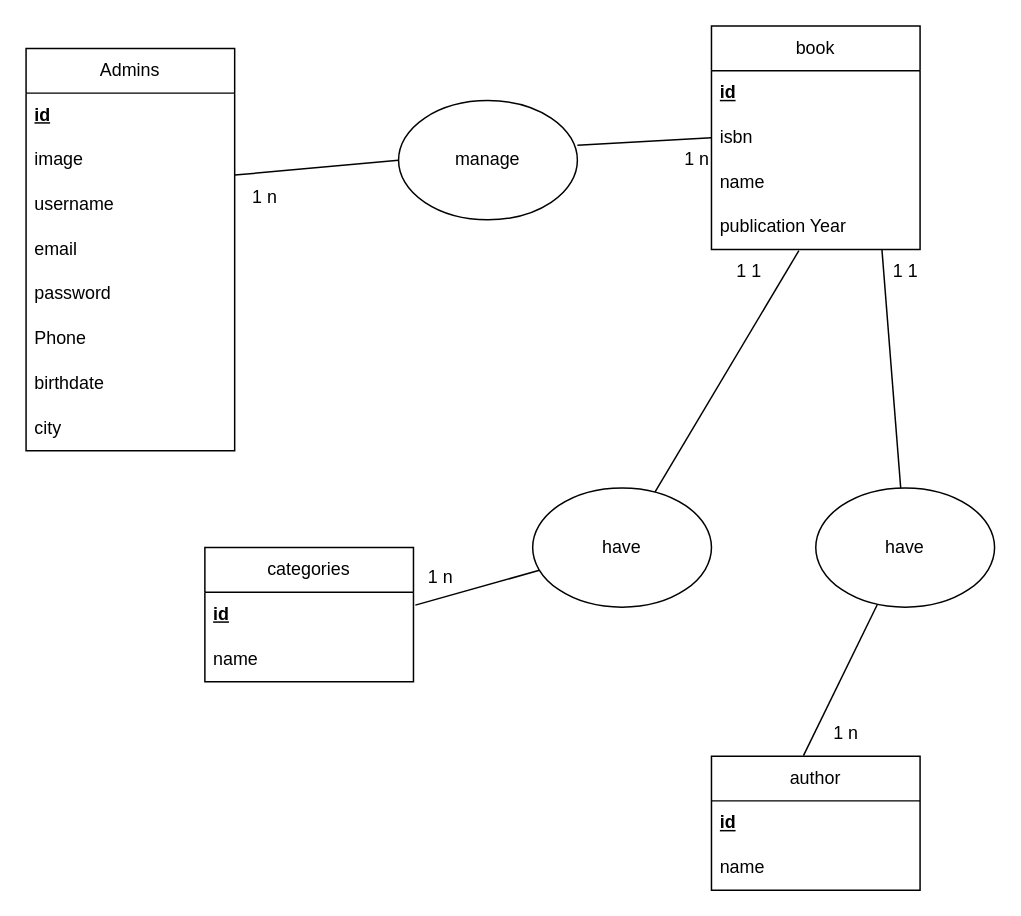
This is assets/designs/merise/mcd.drawio from Ayope/gestion-de-bibliotheque, a draw.io file, before an edit. Source tidied: cells renumbered, new cells numbered last; positions are measured from the earlier drawing's top-left corner, leaving out a move shared by most shapes. Both pictures are drawn from the tidied source at 149%, with x=0, y=0 at pixel (25, 25).
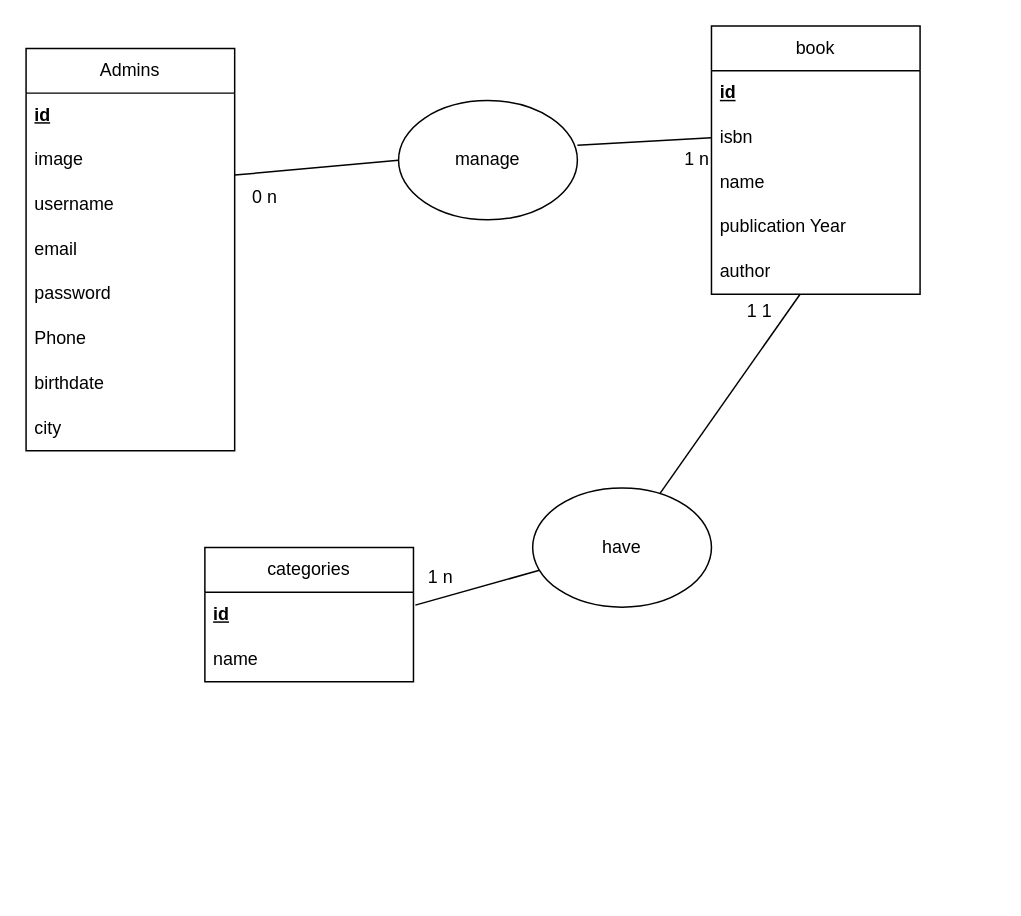
The same diagram, later.

Unchanged cells that the change refers to:
```xml
<mxCell id="15" value="publication Year" style="text;strokeColor=none;fillColor=none;align=left;verticalAlign=middle;spacingLeft=4;spacingRight=4;overflow=hidden;points=[[0,0.5],[1,0.5]];portConstraint=eastwest;whiteSpace=wrap;html=1;" parent="11" vertex="1">
  <mxGeometry y="120" width="140" height="30" as="geometry" />
</mxCell>
<mxCell id="26" value="have" style="ellipse;whiteSpace=wrap;html=1;" parent="1" vertex="1">
  <mxGeometry x="340" y="310" width="120" height="80" as="geometry" />
</mxCell>
```

Diff of the diagram source:
```diff
@@
     <mxCell id="11" value="book" style="swimlane;fontStyle=0;horizontal=1;startSize=30;whiteSpace=wrap;html=1;" parent="1" vertex="1">
-      <mxGeometry x="460" width="140" height="150" as="geometry" />
+      <mxGeometry x="460" width="140" height="180" as="geometry" />
     </mxCell>
@@
+    <mxCell id="29" value="author" style="text;strokeColor=none;fillColor=none;align=left;verticalAlign=middle;spacingLeft=4;spacingRight=4;overflow=hidden;points=[[0,0.5],[1,0.5]];portConstraint=eastwest;whiteSpace=wrap;html=1;" parent="11" vertex="1">
+      <mxGeometry y="150" width="140" height="30" as="geometry" />
+    </mxCell>
@@
-    <mxCell id="19" value="1 n" style="text;html=1;align=center;verticalAlign=middle;strokeColor=none;fillColor=none;" parent="1" vertex="1">
-      <mxGeometry x="140" y="100" width="40" height="30" as="geometry" />
+    <mxCell id="19" value="0&amp;nbsp;n" style="text;html=1;align=center;verticalAlign=middle;strokeColor=none;fillColor=none;" parent="1" vertex="1">
+      <mxGeometry x="145" y="105" width="30" height="20" as="geometry" />
     </mxCell>
@@
-    <mxCell id="24" style="rounded=0;jettySize=auto;html=1;endArrow=none;endFill=0;entryX=0.419;entryY=1.023;entryDx=0;entryDy=0;entryPerimeter=0;" parent="1" edge="1" source="26" target="15">
+    <mxCell id="24" style="rounded=0;jettySize=auto;html=1;endArrow=none;endFill=0;" parent="1" edge="1" source="26" target="29">
       <mxGeometry relative="1" as="geometry" />
     </mxCell>
@@
-    <mxCell id="27" value="1 1" style="text;html=1;align=center;verticalAlign=middle;strokeColor=none;fillColor=none;" parent="1" vertex="1">
-      <mxGeometry x="570" y="150" width="40" height="30" as="geometry" />
-    </mxCell>
@@
-    <mxCell id="29" value="author" style="swimlane;fontStyle=0;horizontal=1;startSize=30;whiteSpace=wrap;html=1;" parent="1" vertex="1">
-      <mxGeometry x="460" y="490" width="140" height="90" as="geometry" />
-    </mxCell>
-    <mxCell id="30" value="&lt;b&gt;&lt;u&gt;id&lt;/u&gt;&lt;/b&gt;" style="text;strokeColor=none;fillColor=none;align=left;verticalAlign=middle;spacingLeft=4;spacingRight=4;overflow=hidden;whiteSpace=wrap;html=1;" parent="29" vertex="1">
-      <mxGeometry y="30" width="140" height="30" as="geometry" />
-    </mxCell>
-    <mxCell id="31" value="name" style="text;strokeColor=none;fillColor=none;align=left;verticalAlign=middle;spacingLeft=4;spacingRight=4;overflow=hidden;whiteSpace=wrap;html=1;" parent="29" vertex="1">
-      <mxGeometry y="60" width="140" height="30" as="geometry" />
-    </mxCell>
-    <mxCell id="32" style="rounded=0;jettySize=auto;html=1;endArrow=none;endFill=0;entryX=0.817;entryY=0.988;entryDx=0;entryDy=0;entryPerimeter=0;" parent="1" edge="1" source="34" target="15">
-      <mxGeometry relative="1" as="geometry" />
-    </mxCell>
-    <mxCell id="33" style="edgeStyle=none;rounded=0;jettySize=auto;html=1;entryX=0.441;entryY=-0.004;entryDx=0;entryDy=0;endArrow=none;endFill=0;entryPerimeter=0;" parent="1" edge="1" source="34" target="29">
-      <mxGeometry relative="1" as="geometry" />
-    </mxCell>
-    <mxCell id="34" value="have" style="ellipse;whiteSpace=wrap;html=1;" parent="1" vertex="1">
-      <mxGeometry x="530" y="310" width="120" height="80" as="geometry" />
-    </mxCell>
     <mxCell id="35" value="1 1" style="text;html=1;align=center;verticalAlign=middle;strokeColor=none;fillColor=none;" parent="1" vertex="1">
-      <mxGeometry x="465" y="150" width="40" height="30" as="geometry" />
+      <mxGeometry x="472" y="177" width="40" height="30" as="geometry" />
     </mxCell>
-    <mxCell id="36" value="1 n" style="text;html=1;align=center;verticalAlign=middle;strokeColor=none;fillColor=none;" parent="1" vertex="1">
-      <mxGeometry x="535" y="465" width="30" height="20" as="geometry" />
-    </mxCell>
```
